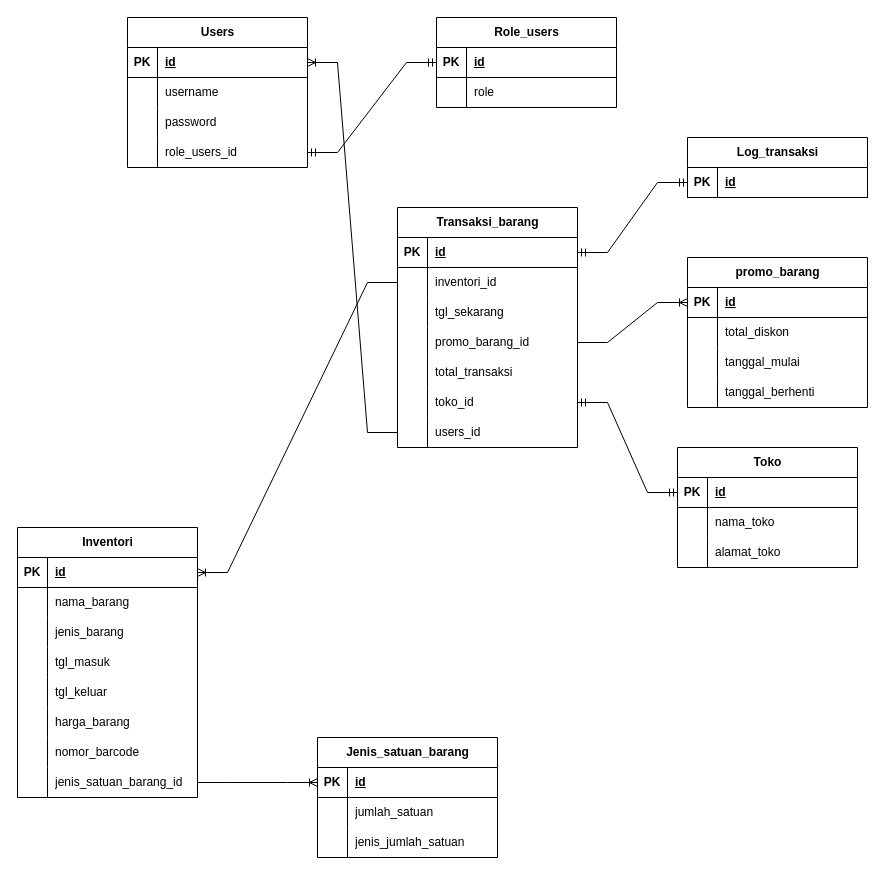
Before: Untitled Diagram.drawio in haturnuhun/learngit, a draw.io diagram. Source tidied: cells renumbered, new cells numbered last; positions are measured from the earlier drawing's top-left corner, leaving out a move shared by most shapes. Both pictures are drawn from the tidied source at 100%, with x=0, y=0 at pixel (17, 17).
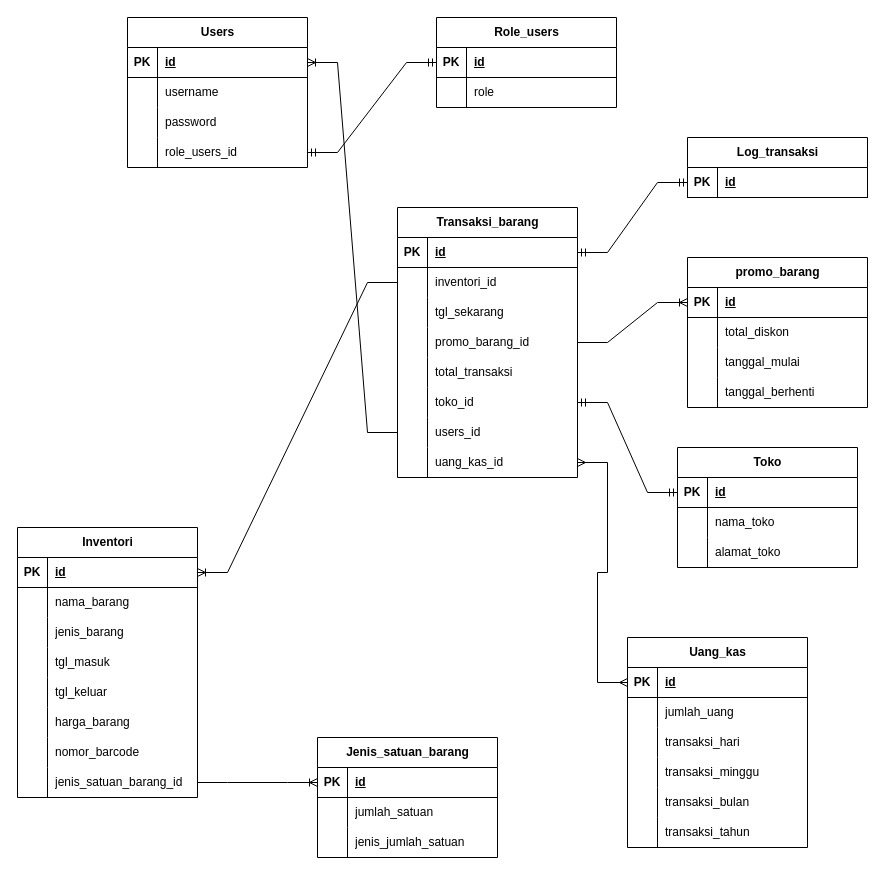
Above is the later version.

Diff of the diagram source:
```diff
@@
     <mxCell id="33" value="Transaksi_barang" style="shape=table;startSize=30;childLayout=tableLayout;rowLines=0;fontStyle=1;align=center;html=1;" parent="1" vertex="1">
-      <mxGeometry x="380" y="190" width="180" height="240" as="geometry" />
+      <mxGeometry x="380" y="190" width="180" height="270" as="geometry" />
     </mxCell>
@@
+    <mxCell id="113" style="shape=tableRow;horizontal=0;startSize=0;swimlaneHead=0;swimlaneBody=0;fillColor=none;points=[[0,0.5],[1,0.5]];portConstraint=eastwest;top=0;left=0;right=0;bottom=0;" parent="33" vertex="1">
+      <mxGeometry y="240" width="180" height="30" as="geometry" />
+    </mxCell>
+    <mxCell id="114" style="shape=partialRectangle;fillColor=none;top=0;left=0;bottom=0;right=0;overflow=hidden;whiteSpace=wrap;html=1;" parent="113" vertex="1">
+      <mxGeometry width="30" height="30" as="geometry" />
+    </mxCell>
+    <mxCell id="115" value="uang_kas_id" style="shape=partialRectangle;fillColor=none;top=0;left=0;bottom=0;right=0;align=left;spacingLeft=6;overflow=hidden;whiteSpace=wrap;html=1;" parent="113" vertex="1">
+      <mxGeometry x="30" width="150" height="30" as="geometry" />
+    </mxCell>
@@
+    <mxCell id="116" value="Uang_kas" style="shape=table;startSize=30;childLayout=tableLayout;rowLines=0;fontStyle=1;align=center;html=1;" parent="1" vertex="1">
+      <mxGeometry x="610" y="620" width="180" height="210" as="geometry" />
+    </mxCell>
+    <mxCell id="117" style="shape=tableRow;horizontal=0;startSize=0;swimlaneHead=0;swimlaneBody=0;fillColor=none;points=[[0,0.5],[1,0.5]];portConstraint=eastwest;top=0;left=0;right=0;bottom=1;" parent="116" vertex="1">
+      <mxGeometry y="30" width="180" height="30" as="geometry" />
+    </mxCell>
+    <mxCell id="118" value="PK" style="shape=partialRectangle;fillColor=none;top=0;left=0;bottom=0;right=0;fontStyle=1;overflow=hidden;whiteSpace=wrap;html=1;" parent="117" vertex="1">
+      <mxGeometry width="30" height="30" as="geometry" />
+    </mxCell>
+    <mxCell id="119" value="id" style="shape=partialRectangle;fillColor=none;top=0;left=0;bottom=0;right=0;align=left;spacingLeft=6;fontStyle=5;overflow=hidden;whiteSpace=wrap;html=1;" parent="117" vertex="1">
+      <mxGeometry x="30" width="150" height="30" as="geometry" />
+    </mxCell>
+    <mxCell id="120" style="shape=tableRow;horizontal=0;startSize=0;swimlaneHead=0;swimlaneBody=0;fillColor=none;top=0;left=0;right=0;bottom=0;" parent="116" vertex="1">
+      <mxGeometry y="60" width="180" height="30" as="geometry" />
+    </mxCell>
+    <mxCell id="121" style="shape=partialRectangle;fillColor=none;top=0;left=0;bottom=0;right=0;overflow=hidden;whiteSpace=wrap;html=1;" parent="120" vertex="1">
+      <mxGeometry width="30" height="30" as="geometry" />
+    </mxCell>
+    <mxCell id="122" value="jumlah_uang" style="shape=partialRectangle;fillColor=none;top=0;left=0;bottom=0;right=0;align=left;spacingLeft=6;overflow=hidden;whiteSpace=wrap;html=1;" parent="120" vertex="1">
+      <mxGeometry x="30" width="150" height="30" as="geometry" />
+    </mxCell>
+    <mxCell id="123" style="shape=tableRow;horizontal=0;startSize=0;swimlaneHead=0;swimlaneBody=0;fillColor=none;top=0;left=0;right=0;bottom=0;" parent="116" vertex="1">
+      <mxGeometry y="90" width="180" height="30" as="geometry" />
+    </mxCell>
+    <mxCell id="124" style="shape=partialRectangle;fillColor=none;top=0;left=0;bottom=0;right=0;overflow=hidden;whiteSpace=wrap;html=1;" parent="123" vertex="1">
+      <mxGeometry width="30" height="30" as="geometry" />
+    </mxCell>
+    <mxCell id="125" value="transaksi_hari" style="shape=partialRectangle;fillColor=none;top=0;left=0;bottom=0;right=0;align=left;spacingLeft=6;overflow=hidden;whiteSpace=wrap;html=1;" parent="123" vertex="1">
+      <mxGeometry x="30" width="150" height="30" as="geometry" />
+    </mxCell>
+    <mxCell id="126" style="shape=tableRow;horizontal=0;startSize=0;swimlaneHead=0;swimlaneBody=0;fillColor=none;top=0;left=0;right=0;bottom=0;" parent="116" vertex="1">
+      <mxGeometry y="120" width="180" height="30" as="geometry" />
+    </mxCell>
+    <mxCell id="127" style="shape=partialRectangle;fillColor=none;top=0;left=0;bottom=0;right=0;overflow=hidden;whiteSpace=wrap;html=1;" parent="126" vertex="1">
+      <mxGeometry width="30" height="30" as="geometry" />
+    </mxCell>
+    <mxCell id="128" value="transaksi_minggu" style="shape=partialRectangle;fillColor=none;top=0;left=0;bottom=0;right=0;align=left;spacingLeft=6;overflow=hidden;whiteSpace=wrap;html=1;" parent="126" vertex="1">
+      <mxGeometry x="30" width="150" height="30" as="geometry" />
+    </mxCell>
+    <mxCell id="129" style="shape=tableRow;horizontal=0;startSize=0;swimlaneHead=0;swimlaneBody=0;fillColor=none;top=0;left=0;right=0;bottom=0;" parent="116" vertex="1">
+      <mxGeometry y="150" width="180" height="30" as="geometry" />
+    </mxCell>
+    <mxCell id="130" style="shape=partialRectangle;fillColor=none;top=0;left=0;bottom=0;right=0;overflow=hidden;whiteSpace=wrap;html=1;" parent="129" vertex="1">
+      <mxGeometry width="30" height="30" as="geometry" />
+    </mxCell>
+    <mxCell id="131" value="transaksi_bulan" style="shape=partialRectangle;fillColor=none;top=0;left=0;bottom=0;right=0;align=left;spacingLeft=6;overflow=hidden;whiteSpace=wrap;html=1;" parent="129" vertex="1">
+      <mxGeometry x="30" width="150" height="30" as="geometry" />
+    </mxCell>
+    <mxCell id="132" style="shape=tableRow;horizontal=0;startSize=0;swimlaneHead=0;swimlaneBody=0;fillColor=none;top=0;left=0;right=0;bottom=0;" parent="116" vertex="1">
+      <mxGeometry y="180" width="180" height="30" as="geometry" />
+    </mxCell>
+    <mxCell id="133" style="shape=partialRectangle;fillColor=none;top=0;left=0;bottom=0;right=0;overflow=hidden;whiteSpace=wrap;html=1;" parent="132" vertex="1">
+      <mxGeometry width="30" height="30" as="geometry" />
+    </mxCell>
+    <mxCell id="134" value="transaksi_tahun" style="shape=partialRectangle;fillColor=none;top=0;left=0;bottom=0;right=0;align=left;spacingLeft=6;overflow=hidden;whiteSpace=wrap;html=1;" parent="132" vertex="1">
+      <mxGeometry x="30" width="150" height="30" as="geometry" />
+    </mxCell>
+    <mxCell id="135" style="edgeStyle=entityRelationEdgeStyle;fontSize=12;html=1;endArrow=ERmany;startArrow=ERmany;rounded=0;" parent="1" edge="1" source="113" target="117">
+      <mxGeometry relative="1" as="geometry" />
+    </mxCell>
```
